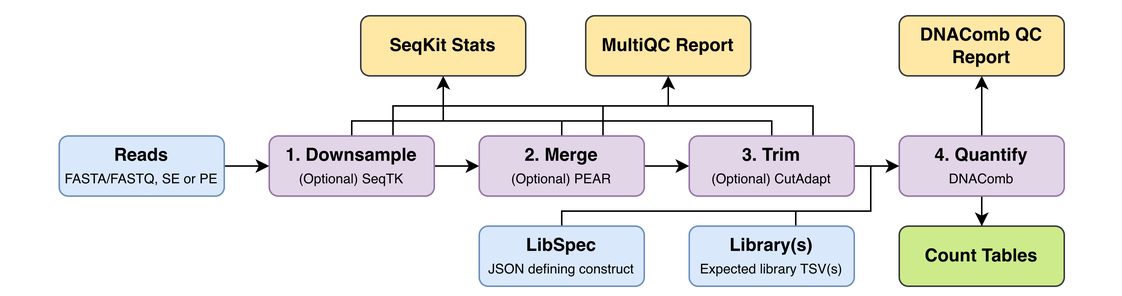
Earlier version of the draw.io export plots/pipeline.png (allydunham/dnacomb). Source tidied: cells renumbered, new cells last; positions are measured from the earlier drawing's top-left corner, leaving out a move shared by most shapes.
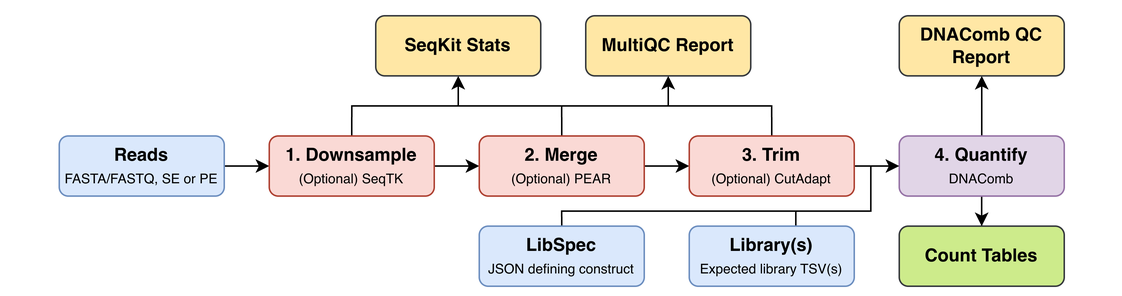
The same diagram one commit later.

Change to the diagram source:
```diff
@@ -24,22 +24,9 @@
       <mxGeometry relative="1" as="geometry" />
     </mxCell>
     <mxCell id="7" style="edgeStyle=orthogonalEdgeStyle;rounded=0;jettySize=auto;html=1;exitX=0.5;exitY=0;exitDx=0;exitDy=0;entryX=0.5;entryY=1;entryDx=0;entryDy=0;" parent="1" edge="1" source="9" target="26">
-      <mxGeometry relative="1" as="geometry">
-        <Array as="points">
-          <mxPoint x="195" y="70" />
-          <mxPoint x="256" y="70" />
-        </Array>
-      </mxGeometry>
+      <mxGeometry relative="1" as="geometry" />
     </mxCell>
-    <mxCell id="8" style="edgeStyle=orthogonalEdgeStyle;rounded=0;jettySize=auto;html=1;exitX=0.75;exitY=0;exitDx=0;exitDy=0;entryX=0.5;entryY=1;entryDx=0;entryDy=0;fillColor=#0050ef;strokeColor=#000000;" parent="1" edge="1" source="9" target="25">
-      <mxGeometry relative="1" as="geometry">
-        <Array as="points">
-          <mxPoint x="222" y="60" />
-          <mxPoint x="406" y="60" />
-        </Array>
-      </mxGeometry>
-    </mxCell>
-    <mxCell id="9" value="&lt;b&gt;1. Downsample&lt;/b&gt;&lt;div&gt;&lt;font style=&quot;font-size: 9px;&quot;&gt;(Optional) SeqTK&lt;/font&gt;&lt;/div&gt;" style="rounded=1;whiteSpace=wrap;html=1;fillColor=#e1d5e7;strokeColor=#9673a6;" parent="1" vertex="1">
+    <mxCell id="9" value="&lt;b&gt;1. Downsample&lt;/b&gt;&lt;div&gt;&lt;font style=&quot;font-size: 9px;&quot;&gt;(Optional) SeqTK&lt;/font&gt;&lt;/div&gt;" style="rounded=1;whiteSpace=wrap;html=1;fillColor=#fad9d5;strokeColor=#ae4132;" parent="1" vertex="1">
       <mxGeometry x="140" y="80" width="110" height="40" as="geometry" />
     </mxCell>
     <mxCell id="10" style="edgeStyle=orthogonalEdgeStyle;rounded=0;jettySize=auto;html=1;" parent="1" edge="1" source="11" target="18">
@@ -58,22 +45,9 @@
       <mxGeometry relative="1" as="geometry" />
     </mxCell>
     <mxCell id="13" style="edgeStyle=orthogonalEdgeStyle;rounded=0;jettySize=auto;html=1;exitX=0.5;exitY=0;exitDx=0;exitDy=0;entryX=0.5;entryY=1;entryDx=0;entryDy=0;" parent="1" edge="1" source="15" target="26">
-      <mxGeometry relative="1" as="geometry">
-        <Array as="points">
-          <mxPoint x="335" y="70" />
-          <mxPoint x="256" y="70" />
-        </Array>
-      </mxGeometry>
+      <mxGeometry relative="1" as="geometry" />
     </mxCell>
-    <mxCell id="14" style="edgeStyle=orthogonalEdgeStyle;rounded=0;jettySize=auto;html=1;exitX=0.75;exitY=0;exitDx=0;exitDy=0;entryX=0.5;entryY=1;entryDx=0;entryDy=0;fillColor=#0050ef;strokeColor=#000000;" parent="1" edge="1" source="15" target="25">
-      <mxGeometry relative="1" as="geometry">
-        <Array as="points">
-          <mxPoint x="362" y="60" />
-          <mxPoint x="406" y="60" />
-        </Array>
-      </mxGeometry>
-    </mxCell>
-    <mxCell id="15" value="&lt;b&gt;2. Merge&lt;/b&gt;&lt;div&gt;&lt;font style=&quot;font-size: 9px;&quot;&gt;(Optional) PEAR&lt;/font&gt;&lt;/div&gt;" style="rounded=1;whiteSpace=wrap;html=1;fillColor=#e1d5e7;strokeColor=#9673a6;" parent="1" vertex="1">
+    <mxCell id="15" value="&lt;b&gt;2. Merge&lt;/b&gt;&lt;div&gt;&lt;font style=&quot;font-size: 9px;&quot;&gt;(Optional) PEAR&lt;/font&gt;&lt;/div&gt;" style="rounded=1;whiteSpace=wrap;html=1;fillColor=#fad9d5;strokeColor=#ae4132;" parent="1" vertex="1">
       <mxGeometry x="280" y="80" width="110" height="40" as="geometry" />
     </mxCell>
     <mxCell id="16" style="edgeStyle=orthogonalEdgeStyle;rounded=0;jettySize=auto;html=1;" parent="1" edge="1" source="18" target="23">
@@ -88,23 +62,10 @@
     <mxCell id="19" style="edgeStyle=orthogonalEdgeStyle;rounded=0;jettySize=auto;html=1;" parent="1" edge="1" source="22" target="18">
       <mxGeometry relative="1" as="geometry" />
     </mxCell>
-    <mxCell id="20" style="edgeStyle=orthogonalEdgeStyle;rounded=0;jettySize=auto;html=1;exitX=0.5;exitY=0;exitDx=0;exitDy=0;entryX=0.5;entryY=1;entryDx=0;entryDy=0;" parent="1" edge="1" source="22" target="26">
-      <mxGeometry relative="1" as="geometry">
-        <Array as="points">
-          <mxPoint x="475" y="70" />
-          <mxPoint x="256" y="70" />
-        </Array>
-      </mxGeometry>
-    </mxCell>
-    <mxCell id="21" style="edgeStyle=orthogonalEdgeStyle;rounded=0;jettySize=auto;html=1;exitX=0.75;exitY=0;exitDx=0;exitDy=0;entryX=0.5;entryY=1;entryDx=0;entryDy=0;fillColor=#0050ef;strokeColor=#000000;" parent="1" edge="1" source="22" target="25">
-      <mxGeometry relative="1" as="geometry">
-        <Array as="points">
-          <mxPoint x="502" y="60" />
-          <mxPoint x="406" y="60" />
-        </Array>
-      </mxGeometry>
+    <mxCell id="21" style="edgeStyle=orthogonalEdgeStyle;rounded=0;jettySize=auto;html=1;exitX=0.5;exitY=0;exitDx=0;exitDy=0;entryX=0.5;entryY=1;entryDx=0;entryDy=0;" parent="1" edge="1" source="22" target="25">
+      <mxGeometry relative="1" as="geometry" />
     </mxCell>
-    <mxCell id="22" value="&lt;span&gt;3. Trim&lt;/span&gt;&lt;div&gt;&lt;font style=&quot;font-size: 9px; font-weight: normal;&quot;&gt;(Optional) CutAdapt&lt;/font&gt;&lt;/div&gt;" style="rounded=1;whiteSpace=wrap;html=1;fillColor=#e1d5e7;strokeColor=#9673a6;fontStyle=1;" parent="1" vertex="1">
+    <mxCell id="22" value="&lt;span&gt;3. Trim&lt;/span&gt;&lt;div&gt;&lt;font style=&quot;font-size: 9px; font-weight: normal;&quot;&gt;(Optional) CutAdapt&lt;/font&gt;&lt;/div&gt;" style="rounded=1;whiteSpace=wrap;html=1;fillColor=#fad9d5;strokeColor=#ae4132;fontStyle=1;" parent="1" vertex="1">
       <mxGeometry x="420" y="80" width="110" height="40" as="geometry" />
     </mxCell>
     <mxCell id="23" value="&lt;div&gt;&lt;span style=&quot;background-color: transparent; color: light-dark(rgb(0, 0, 0), rgb(255, 255, 255));&quot;&gt;&lt;b&gt;Count Tables&lt;/b&gt;&lt;/span&gt;&lt;/div&gt;" style="rounded=1;whiteSpace=wrap;html=1;fillColor=#cdeb8b;strokeColor=#36393d;" parent="1" vertex="1">
@@ -117,7 +78,13 @@
       <mxGeometry x="351" width="110" height="40" as="geometry" />
     </mxCell>
     <mxCell id="26" value="&lt;div&gt;&lt;span style=&quot;background-color: transparent; color: light-dark(rgb(0, 0, 0), rgb(255, 255, 255));&quot;&gt;&lt;b&gt;SeqKit Stats&lt;/b&gt;&lt;/span&gt;&lt;/div&gt;" style="rounded=1;whiteSpace=wrap;html=1;fillColor=#FFE7A5;strokeColor=#36393d;" parent="1" vertex="1">
-      <mxGeometry x="201" width="110" height="40" as="geometry" />
+      <mxGeometry x="211" width="110" height="40" as="geometry" />
     </mxCell>
+    <mxCell id="27" style="endArrow=none;html=1;rounded=0;" parent="1" edge="1">
+      <mxGeometry relative="1" as="geometry">
+        <mxPoint x="335" y="60" as="sourcePoint" />
+        <mxPoint x="406" y="60" as="targetPoint" />
+      </mxGeometry>
+    </mxCell>
   </root>
 </mxGraphModel>
```
